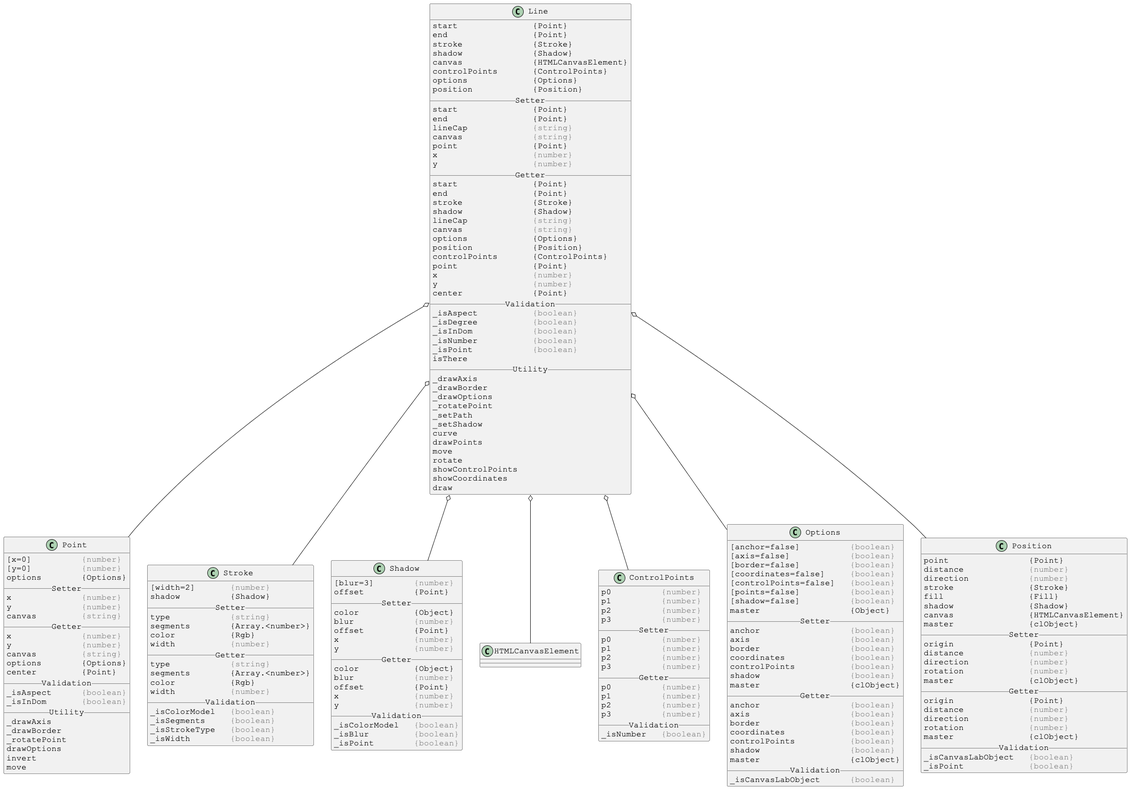
This is docs/PlantUml/image/linked/Line-linked.png from Justin-Byrne/canvasLab, a PlantUML export, as it was before one commit.
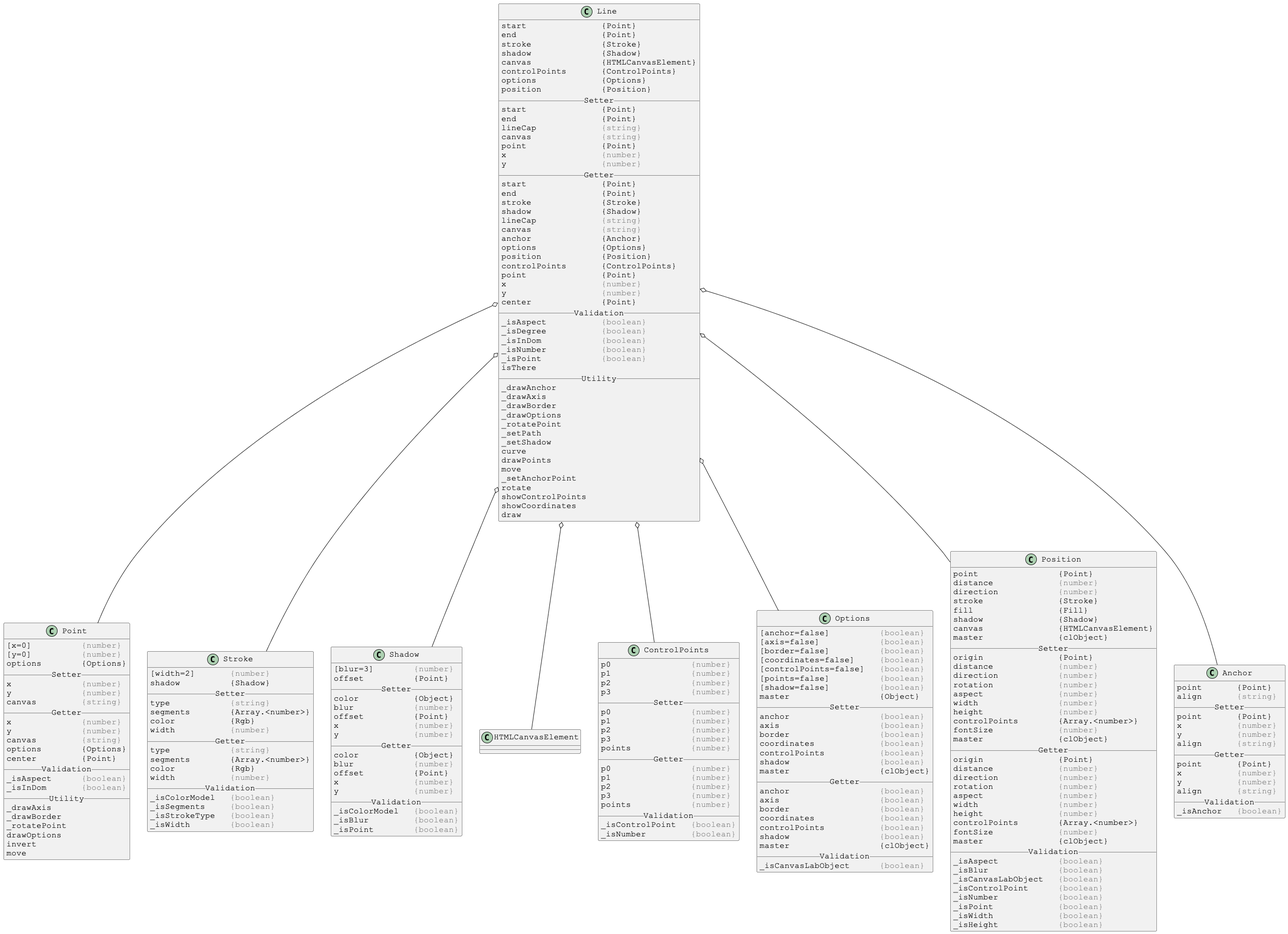
After the commit.

Diff of the diagram source:
```diff
@@ -27,6 +27,7 @@
 shadow              {Shadow}
 lineCap             <color:gray>{string}</color>
 canvas              <color:gray>{string}</color>
+anchor              {Anchor}
 options             {Options}
 position            {Position}
 controlPoints       {ControlPoints}
@@ -42,6 +43,7 @@
 _isPoint            <color:gray>{boolean}</color>
 isThere
 __ Utility __
+_drawAnchor
 _drawAxis
 _drawBorder
 _drawOptions
@@ -51,6 +53,7 @@
 curve
 drawPoints
 move
+_setAnchorPoint
 rotate
 showControlPoints
 showCoordinates
@@ -64,6 +67,7 @@
 Line o-- ControlPoints
 Line o-- Options
 Line o-- Position
+Line o-- Anchor
 
 
 
@@ -153,22 +157,25 @@
 skinparam DefaultFontName Courier New
 
 class ControlPoints {
-p0          <color:gray>{number}</color>
-p1          <color:gray>{number}</color>
-p2          <color:gray>{number}</color>
-p3          <color:gray>{number}</color>
+p0                <color:gray>{number}</color>
+p1                <color:gray>{number}</color>
+p2                <color:gray>{number}</color>
+p3                <color:gray>{number}</color>
 __ Setter __
-p0          <color:gray>{number}</color>
-p1          <color:gray>{number}</color>
-p2          <color:gray>{number}</color>
-p3          <color:gray>{number}</color>
+p0                <color:gray>{number}</color>
+p1                <color:gray>{number}</color>
+p2                <color:gray>{number}</color>
+p3                <color:gray>{number}</color>
+points            <color:gray>{number}</color>
 __ Getter __
-p0          <color:gray>{number}</color>
-p1          <color:gray>{number}</color>
-p2          <color:gray>{number}</color>
-p3          <color:gray>{number}</color>
+p0                <color:gray>{number}</color>
+p1                <color:gray>{number}</color>
+p2                <color:gray>{number}</color>
+p3                <color:gray>{number}</color>
+points            <color:gray>{number}</color>
 __ Validation __
-_isNumber   <color:gray>{boolean}</color>
+_isControlPoint   <color:gray>{boolean}</color>
+_isNumber         <color:gray>{boolean}</color>
 }
 
 
@@ -224,16 +231,54 @@
 distance             <color:gray>{number}</color>
 direction            <color:gray>{number}</color>
 rotation             <color:gray>{number}</color>
+aspect               <color:gray>{number}</color>
+width                <color:gray>{number}</color>
+height               <color:gray>{number}</color>
+controlPoints        {Array.<number>}
+fontSize             <color:gray>{number}</color>
 master               {clObject}
 __ Getter __
 origin               {Point}
 distance             <color:gray>{number}</color>
 direction            <color:gray>{number}</color>
 rotation             <color:gray>{number}</color>
+aspect               <color:gray>{number}</color>
+width                <color:gray>{number}</color>
+height               <color:gray>{number}</color>
+controlPoints        {Array.<number>}
+fontSize             <color:gray>{number}</color>
 master               {clObject}
 __ Validation __
+_isAspect            <color:gray>{boolean}</color>
+_isBlur              <color:gray>{boolean}</color>
 _isCanvasLabObject   <color:gray>{boolean}</color>
+_isControlPoint      <color:gray>{boolean}</color>
+_isNumber            <color:gray>{boolean}</color>
 _isPoint             <color:gray>{boolean}</color>
+_isWidth             <color:gray>{boolean}</color>
+_isHeight            <color:gray>{boolean}</color>
+}
+
+
+
+skinparam DefaultFontSize 16
+skinparam DefaultFontName Courier New
+
+class Anchor {
+point       {Point}
+align       <color:gray>{string}</color>
+__ Setter __
+point       {Point}
+x           <color:gray>{number}</color>
+y           <color:gray>{number}</color>
+align       <color:gray>{string}</color>
+__ Getter __
+point       {Point}
+x           <color:gray>{number}</color>
+y           <color:gray>{number}</color>
+align       <color:gray>{string}</color>
+__ Validation __
+_isAnchor   <color:gray>{boolean}</color>
 }
 
 @enduml
```
